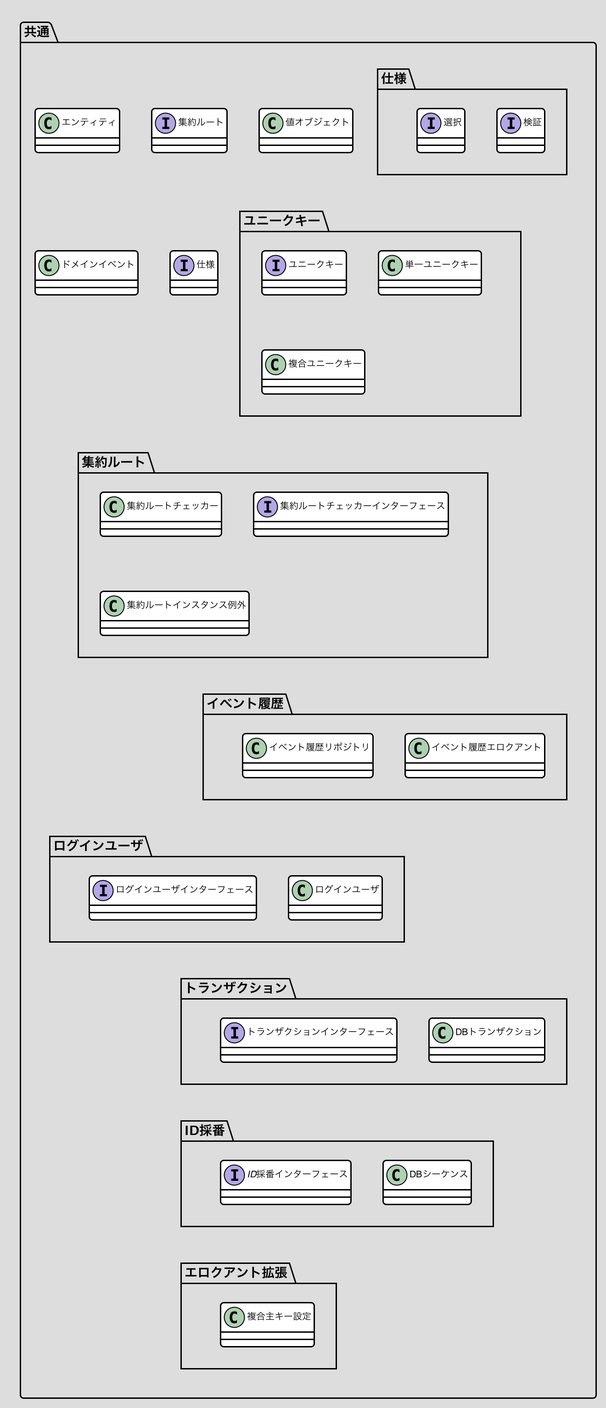
nomura-kainos/japanese-ddd-sample keeps this PlantUML diagram as docs/画像/共通.png. Above is the earlier version.
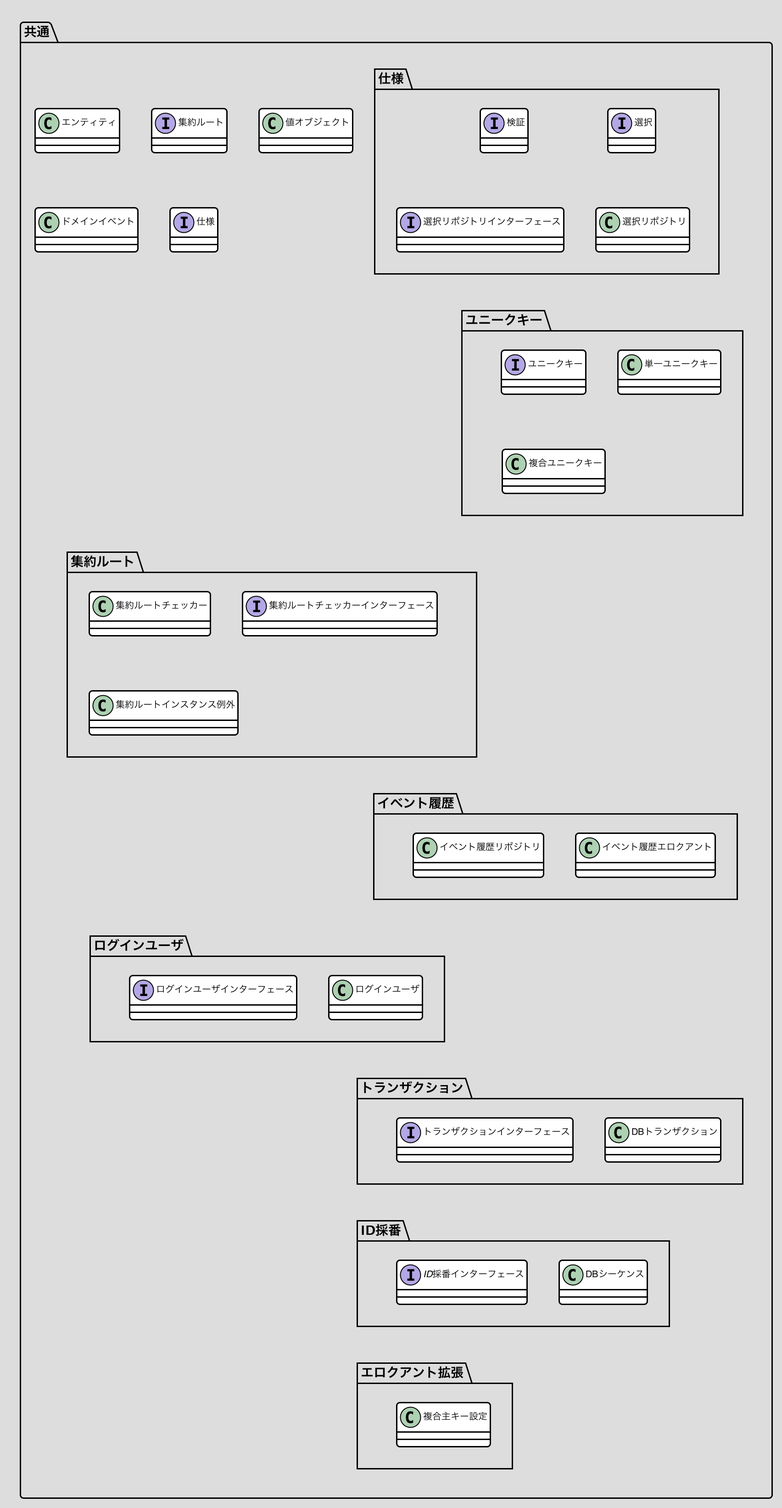
After the commit.

Diff of the diagram source:
```diff
@@ -50,7 +50,7 @@
 skinparam ArrowColor 454645
 skinparam FontColor 454645
 
-_仕様 -[hidden]-> _ユニークキー
+_仕様 -[hidden]--> _ユニークキー
 _ユニークキー -[hidden]--> _集約ルート
 _集約ルート -[hidden]--> イベント履歴
 イベント履歴 -[hidden]-> ログインユーザ
@@ -67,6 +67,8 @@
   package 仕様 as _仕様 {
    interface 検証
    interface 選択
+   interface 選択リポジトリインターフェース
+   class 選択リポジトリ
   }
   package ユニークキー as _ユニークキー {
    interface ユニークキー
```
